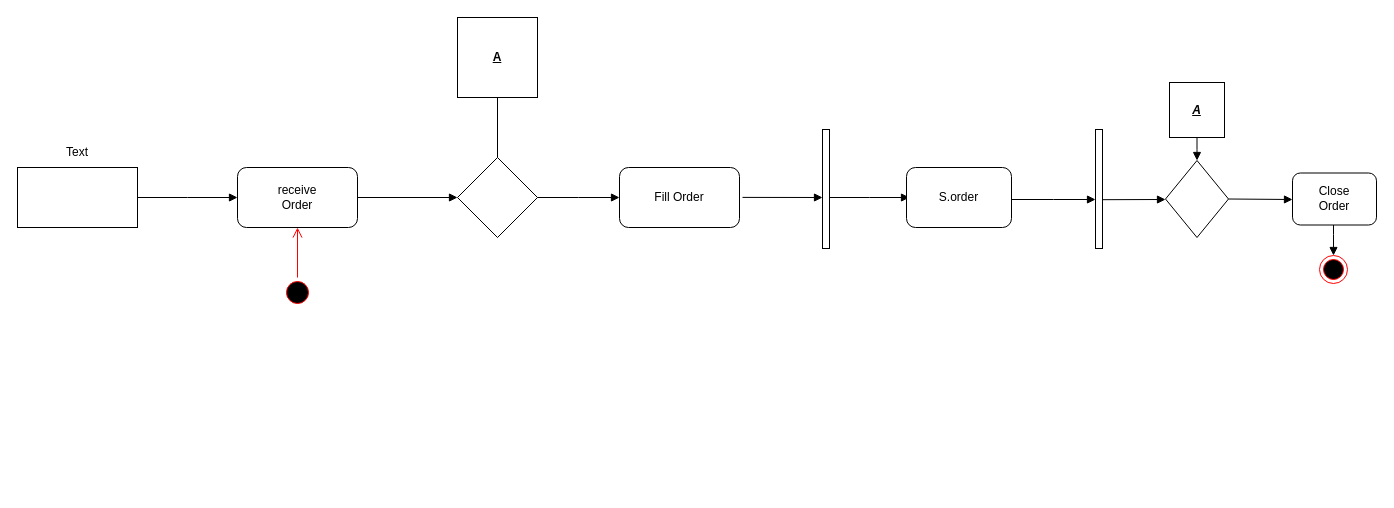
Before: Diagram2.drawio in Arxonus/Programms, a draw.io diagram. Source tidied: cells renumbered, new cells numbered last; positions are measured from the earlier drawing's top-left corner, leaving out a move shared by most shapes. Both pictures are drawn from the tidied source at 100%, with x=0, y=0 at pixel (17, 17).
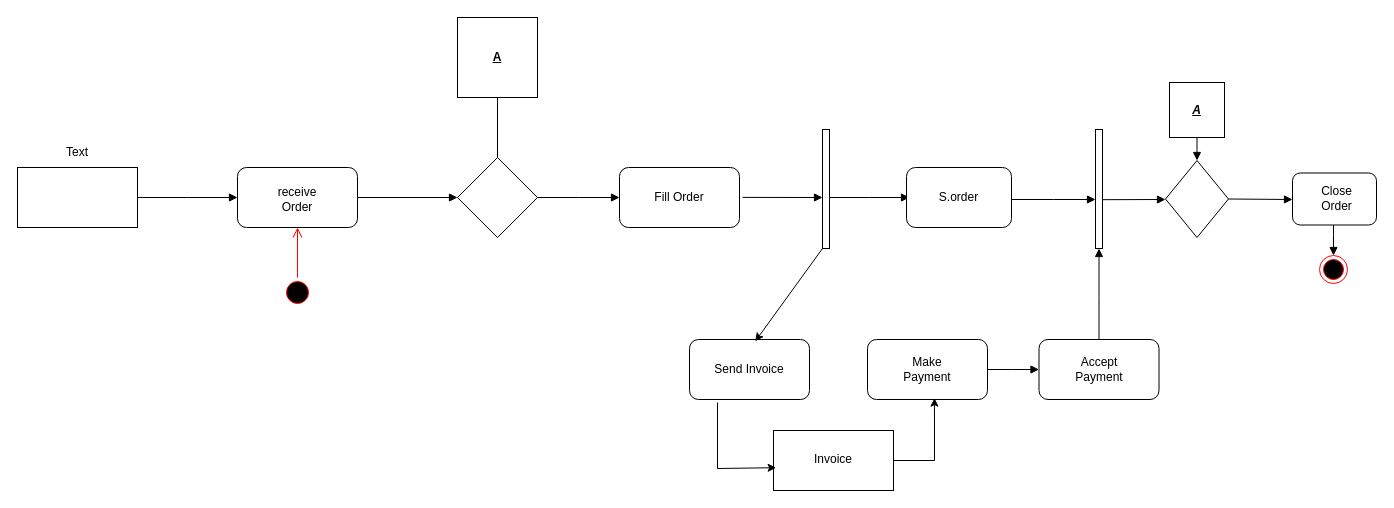
Above is the later version.

The change refers to these unchanged cells:
```xml
<mxCell id="17" style="html=1;points=[];perimeter=orthogonalPerimeter;outlineConnect=0;targetShapes=umlLifeline;portConstraint=eastwest;newEdgeStyle={&quot;edgeStyle&quot;:&quot;elbowEdgeStyle&quot;,&quot;elbow&quot;:&quot;vertical&quot;,&quot;curved&quot;:0,&quot;rounded&quot;:0};" parent="1" vertex="1">
  <mxGeometry x="805" y="112" width="7" height="119" as="geometry" />
</mxCell>
<mxCell id="21" style="html=1;points=[];perimeter=orthogonalPerimeter;outlineConnect=0;targetShapes=umlLifeline;portConstraint=eastwest;newEdgeStyle={&quot;edgeStyle&quot;:&quot;elbowEdgeStyle&quot;,&quot;elbow&quot;:&quot;vertical&quot;,&quot;curved&quot;:0,&quot;rounded&quot;:0};" parent="1" vertex="1">
  <mxGeometry x="1078" y="112" width="7" height="119" as="geometry" />
</mxCell>
```

Change to the diagram source:
```diff
@@
     <mxCell id="8" value="receive&lt;br&gt;Order" style="text;html=1;strokeColor=none;fillColor=none;align=center;verticalAlign=middle;whiteSpace=wrap;rounded=0;" parent="1" vertex="1">
-      <mxGeometry x="250" y="165" width="60" height="30" as="geometry" />
+      <mxGeometry x="224" y="166.5" width="112" height="30" as="geometry" />
     </mxCell>
@@
     <mxCell id="28" value="Close&lt;br&gt;Order" style="text;html=1;strokeColor=none;fillColor=none;align=center;verticalAlign=middle;whiteSpace=wrap;rounded=0;" parent="1" vertex="1">
-      <mxGeometry x="1287" y="166" width="60" height="30" as="geometry" />
+      <mxGeometry x="1281" y="166" width="77" height="30" as="geometry" />
     </mxCell>
@@
+    <mxCell id="31" style="rounded=1;whiteSpace=wrap;html=1;" parent="1" vertex="1">
+      <mxGeometry x="672" y="322" width="120" height="60" as="geometry" />
+    </mxCell>
+    <mxCell id="32" style="rounded=1;whiteSpace=wrap;html=1;" parent="1" vertex="1">
+      <mxGeometry x="850" y="322" width="120" height="60" as="geometry" />
+    </mxCell>
+    <mxCell id="33" style="rounded=1;whiteSpace=wrap;html=1;" parent="1" vertex="1">
+      <mxGeometry x="1021.5" y="322" width="120" height="60" as="geometry" />
+    </mxCell>
+    <mxCell id="34" style="rounded=0;whiteSpace=wrap;html=1;" parent="1" vertex="1">
+      <mxGeometry x="756" y="413" width="120" height="60" as="geometry" />
+    </mxCell>
+    <mxCell id="35" style="endArrow=classic;html=1;rounded=0;entryX=0.548;entryY=0.03;entryDx=0;entryDy=0;entryPerimeter=0;" parent="1" edge="1" source="17" target="31">
+      <mxGeometry relative="1" as="geometry" />
+    </mxCell>
+    <mxCell id="36" value="Send Invoice" style="text;html=1;strokeColor=none;fillColor=none;align=center;verticalAlign=middle;whiteSpace=wrap;rounded=0;" parent="1" vertex="1">
+      <mxGeometry x="688" y="337" width="88" height="30" as="geometry" />
+    </mxCell>
+    <mxCell id="37" value="Make Payment" style="text;html=1;strokeColor=none;fillColor=none;align=center;verticalAlign=middle;whiteSpace=wrap;rounded=0;" parent="1" vertex="1">
+      <mxGeometry x="880" y="337" width="60" height="30" as="geometry" />
+    </mxCell>
+    <mxCell id="38" value="Accept&lt;br&gt;Payment" style="text;html=1;strokeColor=none;fillColor=none;align=center;verticalAlign=middle;whiteSpace=wrap;rounded=0;" parent="1" vertex="1">
+      <mxGeometry x="1052" y="337" width="60" height="30" as="geometry" />
+    </mxCell>
+    <mxCell id="39" value="Invoice" style="text;html=1;strokeColor=none;fillColor=none;align=center;verticalAlign=middle;whiteSpace=wrap;rounded=0;" parent="1" vertex="1">
+      <mxGeometry x="786" y="427" width="60" height="30" as="geometry" />
+    </mxCell>
+    <mxCell id="40" style="endArrow=classic;html=1;rounded=0;entryX=0.022;entryY=0.62;entryDx=0;entryDy=0;entryPerimeter=0;" parent="1" edge="1" target="34">
+      <mxGeometry relative="1" as="geometry">
+        <mxPoint x="700" y="385" as="sourcePoint" />
+        <Array as="points">
+          <mxPoint x="700" y="451" />
+        </Array>
+      </mxGeometry>
+    </mxCell>
+    <mxCell id="41" style="endArrow=classic;html=1;rounded=0;exitX=1;exitY=0.5;exitDx=0;exitDy=0;entryX=0.558;entryY=0.977;entryDx=0;entryDy=0;entryPerimeter=0;" parent="1" edge="1" source="34" target="32">
+      <mxGeometry relative="1" as="geometry">
+        <Array as="points">
+          <mxPoint x="917" y="443" />
+        </Array>
+      </mxGeometry>
+    </mxCell>
+    <mxCell id="42" style="html=1;verticalAlign=bottom;endArrow=block;edgeStyle=elbowEdgeStyle;elbow=vertical;curved=0;rounded=0;exitX=1;exitY=0.5;exitDx=0;exitDy=0;entryX=0;entryY=0.5;entryDx=0;entryDy=0;" parent="1" edge="1" source="32" target="33">
+      <mxGeometry relative="1" as="geometry" />
+    </mxCell>
+    <mxCell id="43" style="html=1;verticalAlign=bottom;endArrow=block;edgeStyle=elbowEdgeStyle;elbow=vertical;curved=0;rounded=0;exitX=0.5;exitY=0;exitDx=0;exitDy=0;" parent="1" edge="1" source="33" target="21">
+      <mxGeometry relative="1" as="geometry">
+        <Array as="points">
+          <mxPoint x="1092" y="280" />
+        </Array>
+      </mxGeometry>
+    </mxCell>
```
